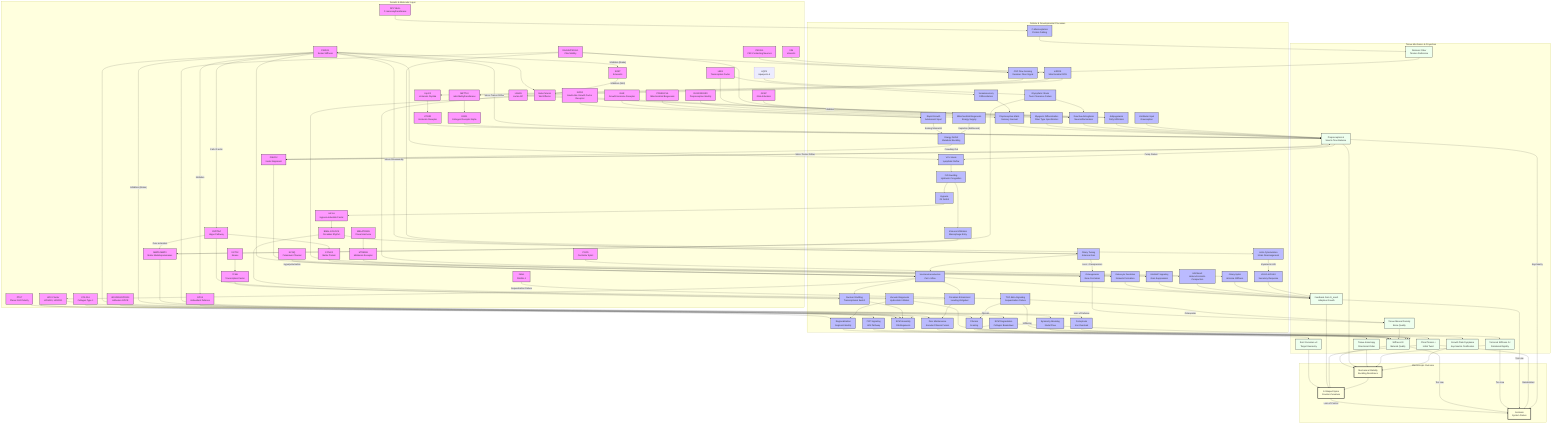
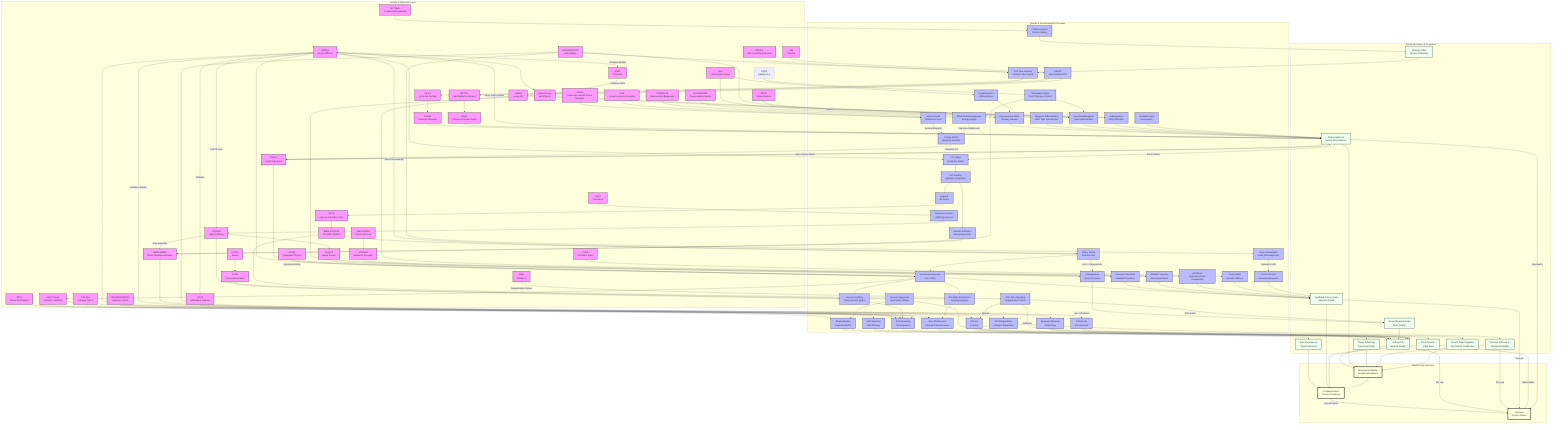
graph TD
    %% Subgraphs for Organization
    subgraph Genetics [Genetic & Molecular Layer]
        HOX[HOX Cluster<br/>HOXA10, HOXD11]
        COL[COL2A1<br/>Collagen Type II]
        PIEZO1[PIEZO1<br/>Scalar Stiffness]
        PIEZO2[PIEZO2<br/>Vector Alignment]
        CILIA[DNAH5/PKD1L1<br/>Cilia Motility]
        LBX1[LBX1<br/>Transcription Factor]
        ADGRG6[ADGRG6/GPR126<br/>Adhesion GPCR]
        PTK7[PTK7<br/>Planar Cell Polarity]
        YAP[YAP/TAZ<br/>Hippo Pathway]
        PKD2L1[PKD2L1<br/>CSF-Contacting Neurons]
        MMP[MMP1/MMP3<br/>Matrix Metalloproteinases]
        URP[Urp1/2<br/>Urotensin Peptide]
        UTS2R[UTS2R<br/>Urotensin Receptor]
        GFAP[GFAP<br/>Glial Activation]
        VIM[VIM<br/>Vimentin]
        LAMIN[LAMIN<br/>Lamin A/C]
        BMAL1[BMAL1/CLOCK<br/>Circadian Rhythm]
        RUNX3[RUNX3/EGR3<br/>Proprioceptive Identity]
        METTL3[METTL3<br/>m6A Methyltransferase]
        ESR1[ESR1<br/>Estrogen Receptor Alpha]
        AQP4[AQP4<br/>Aquaporin-4]
        MELATONIN[MELATONIN<br/>Pineal Hormone]
        MT2[MTNR1B<br/>Melatonin Receptor]
        HIF1A[HIF1A<br/>Hypoxia Inducible Factor]
        POC5[POC5<br/>Centriolar Splint]
        DSTYK[DSTYK<br/>Kinase]
        TFEB[TFEB<br/>Transcription Factor]
        Beta_Catenin[Beta-Catenin<br/>Wnt Effector]
        DPY19L1L[DPY19L1L<br/>C-mannosyltransferase]
        IGF1R[IGF1R<br/>Insulin-like Growth Factor Receptor]
        GHR[GHR<br/>Growth Hormone Receptor]
        SOST[SOST<br/>Sclerostin]
        FBN1[FBN1<br/>Fibrillin-1]
        CCN[CCN1/2<br/>Matrix Protein]
        PPARGC1A[PPARGC1A<br/>Mitochondrial Biogenesis]
        KCNQ[KCNQ<br/>Potassium Channel]
        GPX4[GPX4<br/>Antioxidant Defense]
+         CAV1[CAV1<br/>Caveolin-1]
    end

    subgraph Processes [Cellular & Developmental Processes]
        Astrogliosis[Reactive Astrogliosis<br/>Neuroinflammation]
        Region[Regionalization<br/>Segment Identity]
        ECM_Assembly[ECM Assembly<br/>Fibrillogenesis]
        Nucl_Shuttle[Nuclear Shuttling<br/>Transcriptional Switch]
        Mech_Trans[Mechanotransduction<br/>Ca2+ Influx]
        Sym_Break[Symmetry Breaking<br/>Nodal Flow]
        CSF_Sensing[CSF Flow Sensing<br/>Reissner Fiber Signal]
        Neur_Diff[Somatosensory<br/>Differentiation]
        Muscle_Diff[Myogenic Differentiation<br/>Fiber Type Specification]
        Disc_Maint[Disc Maintenance<br/>Annulus Fibrosis Fusion]
        PCP_Sig[PCP Signaling<br/>Wnt Pathway]
        Degradation[ECM Degradation<br/>Collagen Breakdown]
        mtROS[mtROS<br/>Mitochondrial ROS]
        Adipogenesis[Adipogenesis<br/>Fatty Infiltration]
        Hydraulic_Congestion[IVD Swelling<br/>Hydraulic Congestion]
        Immune_Infilt[Immune Infiltration<br/>Macrophage Entry]
        Circadian_Entrain[Circadian Entrainment<br/>Loading Zeitgeber]
        Proprio_Maint[Proprioceptive Maint.<br/>Sensory Survival]
        H3K9me3[H3K9me3<br/>Heterochromatin Compaction]
        VCL_Stasis[VCL Stasis<br/>Lymphatic Reflux]
        Glymphatic_Stasis[Glymphatic Stasis<br/>Toxic Clearance Failure]
        Vestibular_Input[Vestibular Input<br/>Graviception]
        Gi_cAMP[Gi/cAMP Signaling<br/>Gain Suppression]
        Ciliary_Tuning[Ciliary Tuning<br/>Antenna Gain]
        Hypoxia[Hypoxia<br/>O2 Deficit]
        Osteogenesis[Osteogenesis<br/>Bone Formation]
        Ciliary_Splint[Ciliary Splint<br/>Antenna Stiffness]
        Vacuole_Biogenesis[Vacuole Biogenesis<br/>Hydrostatic Inflation]
        C_Mannosylation[C-Mannosylation<br/>Protein Folding]
        Rapid_Growth[Rapid Growth<br/>Adolescent Spurt]
        Energy_Deficit[Energy Deficit<br/>Metabolic Buckling]
        mtBiogenesis[Mitochondrial Biogenesis<br/>Energy Supply]
        Fibrosis[Fibrosis<br/>Scarring]
        TGFB[TGF-Beta Signaling<br/>Sequestration Failure]
        Osteocyte_Dendrite[Osteocyte Dendrites<br/>Network Formation]
        Actin_Dynamics[Actin Cytoskeleton<br/>Strain Rearrangement]
        VEGF_A[VEGF-A/PGE2<br/>Secretory Response]
        Ferroptosis[Ferroptosis<br/>Iron Overload]
+         Membrane_Tension[Membrane Tension<br/>Buffering Reserve]
    end

    subgraph Tissue [Tissue Mechanics & Properties]
        Rest_Kappa[Rest Curvature κ0<br/>Target Geometry]
        Stiffness[Stiffness EI<br/>Material Quality]
        Torsional_Stiffness[Torsional Stiffness GJ<br/>Rotational Rigidity]
        Gain[Feedback Gain G_mech<br/>Adaptive Growth]
        Torsion[Chiral Torsion ε<br/>Initial Twist]
        Muscle_Tone[Proprioception &<br/>Muscle Tone Balance]
        Anisotropy[Tissue Anisotropy<br/>Directional Order]
        TMD[Tissue Mineral Density<br/>Bone Quality]
        Reissner_Fiber[Reissner Fiber<br/>Tension Reference]
        Growth_Plate_Dysplasia[Growth Plate Dysplasia<br/>Asymmetric Ossification]
    end

    subgraph Outcome [Macroscopic Outcome]
        S_Curve[S-Shaped Spine<br/>Counter-Curvature]
        Stability[Mechanical Stability<br/>Buckling Resistance]
        Scoliosis[Scoliosis<br/>System Failure]
    end

    %% Connections
    HOX --> Region
    Region --> Rest_Kappa
    Rest_Kappa --> S_Curve

    COL --> ECM_Assembly
    ECM_Assembly --> Stiffness
    Stiffness --> Stability

    PIEZO1 --> Mech_Trans
    PIEZO2 --> Mech_Trans
    Mech_Trans --> Gain
    Gain --> S_Curve

    %% NEW ARC: Piezo Duality (Vector-Scalar Mismatch)
    PIEZO1 --> ECM_Assembly
    PIEZO2 --> Muscle_Tone

    CILIA --> Sym_Break
    Sym_Break --> Torsion
    Torsion --> S_Curve

    LBX1 --> Neur_Diff
    LBX1 --> Muscle_Diff
    Neur_Diff --> Proprio_Maint
    Proprio_Maint --> Muscle_Tone
    Muscle_Diff --> Muscle_Tone
    Muscle_Tone --> Stability

    %% NEW ARC: Proprioceptive Maintenance
    RUNX3 --> Proprio_Maint

    %% NEW ARC: ADGRG6
    ADGRG6 --> Disc_Maint
    Disc_Maint --> Stiffness

    %% NEW ARC: PTK7
    PTK7 --> PCP_Sig
    PCP_Sig --> Anisotropy
    Anisotropy --> Stability

    %% NEW ARC: YAP/TAZ
    YAP --> Nucl_Shuttle
    Nucl_Shuttle --> ECM_Assembly
    Mech_Trans --> Nucl_Shuttle

    %% NEW ARC: Osteocyte Dendrite Cost Mechanism (Hu et al. 2025)
    YAP --> CCN
    CCN --> Osteocyte_Dendrite
    Osteocyte_Dendrite --> Gain

    %% NEW ARC: CSF/Reissner Fiber
    CILIA --> CSF_Sensing
    PKD2L1 --> CSF_Sensing
    CSF_Sensing --> URP
    URP --> UTS2R
    UTS2R --> Muscle_Tone

    %% NEW ARC: MMP Degradation
    MMP --> Degradation
    Degradation --> Stiffness

    %% NEW ARC: Neuro-Inflammatory Pathway
    CILIA --> Astrogliosis
    GFAP --> Astrogliosis
    Astrogliosis --> Muscle_Tone

    %% NEW ARC: Vimentin Metabolic Switch
    VIM --> mtROS
    mtROS --> LAMIN
    LAMIN --> Adipogenesis
    Adipogenesis --> Muscle_Tone

    %% NEW ARC: Inflamed Torsion
    Hydraulic_Congestion --> Immune_Infilt
    Immune_Infilt --> MMP
    Degradation --> Torsional_Stiffness
    Torsional_Stiffness --> Stability

    %% NEW ARC: Glymphatic Stasis
    AQP4 --> Glymphatic_Stasis
    Glymphatic_Stasis --> Astrogliosis

    %% NEW ARC: Glymphatic-MMP Axis (Chen et al., 2025)
    Glymphatic_Stasis --> MMP

    %% NEW ARC: Melatonin Gain Control
    MELATONIN --> MT2
    MT2 --> Gi_cAMP
    Gi_cAMP --> Gain

    %% NEW ARC: Vestibular Asymmetry
    Vestibular_Input --> Muscle_Tone

    %% Cross-Talk and Failures
    Stability --> S_Curve
    S_Curve -- "Loss of Control" --> Scoliosis
    Stiffness -- "Too Low" --> Scoliosis
    Torsional_Stiffness -- "Too Low" --> Scoliosis
    Gain -- "Too Low" --> Scoliosis
    Torsion -- "Randomized" --> Scoliosis
    Muscle_Tone -- "Asymmetry" --> Scoliosis

    %% Styling
    classDef gene fill:#f9f,stroke:#333,stroke-width:2px;
    classDef process fill:#bbf,stroke:#333,stroke-width:2px;
    classDef tissue fill:#efe,stroke:#333,stroke-width:2px;
    classDef outcome fill:#ffd,stroke:#333,stroke-width:4px;

    %% NEW ARC: Spinal Jetlag
    BMAL1 --> Circadian_Entrain
    Mech_Trans --> Circadian_Entrain
    Circadian_Entrain --> Disc_Maint

    %% NEW ARC: Tunable Antenna (Miyoshi et al., 2024)
    BMAL1 --> Ciliary_Tuning
    Ciliary_Tuning --> Mech_Trans

    %% NEW ARC: Epigenetic Asymmetry
    mtROS --> METTL3
    METTL3 --> ESR1
    ESR1 --> Muscle_Tone

    %% NEW ARC: Nuclear Stiffness (Scalar Senescence)
    LAMIN --> H3K9me3
    H3K9me3 --> Gain

    %% NEW ARC: Lymphatic Drainage Pathway (VCL)
    Muscle_Tone -- "Pump Failure" --> VCL_Stasis
    VCL_Stasis --> Hydraulic_Congestion

    %% NEW ARC: Hypoxic Clock Block (HIF1A)
    Hydraulic_Congestion --> Hypoxia
    Hypoxia --> HIF1A
    HIF1A --> BMAL1

    %% NEW ARC: Tension-Dependent Identity (HOX)
    Mech_Trans --> HOX
    HOX --> ECM_Assembly

    %% NEW ARC: Bone Mineralization (Ramli et al., 2024)
    %% PIEZO1 --> Osteogenesis (Replaced by BMSC Switch below)
    Osteogenesis --> TMD
    TMD --> Stiffness

    %% NEW ARC: BMSC Fate Switch (Li et al., 2023)
    PIEZO1 --> Beta_Catenin
    Beta_Catenin --> Osteogenesis
    Beta_Catenin -- "Inhibition" --> Adipogenesis

    %% NEW ARC: Centriolar Splint (POC5)
    POC5 --> Ciliary_Splint
    Ciliary_Splint --> Gain

    %% NEW ARC: Hydrostatic Skeleton (DSTYK/TFEB)
    DSTYK --> TFEB
    TFEB --> Vacuole_Biogenesis
    Vacuole_Biogenesis --> Stiffness
    Vacuole_Biogenesis --> Region

    %% NEW ARC: Piezo-Cilia Stress Lock (Chen et al., 2025)
    PIEZO1 -- "Stress Disassembly" --> Ciliary_Tuning
    Ciliary_Tuning -- "Loss = Derepression" --> Osteogenesis

    %% NEW ARC: Sweet String Pathway (DPY19L1L)
    DPY19L1L --> C_Mannosylation
    C_Mannosylation --> Reissner_Fiber
    Reissner_Fiber --> CSF_Sensing

    %% NEW ARC: Metabolic Buckling Pathway
    IGF1R --> Rapid_Growth
    GHR --> Rapid_Growth
    Rapid_Growth -- "Scaling Mismatch" --> Energy_Deficit
    Energy_Deficit -- "Crowding Out" --> PIEZO2
    PPARGC1A --> mtBiogenesis
    mtBiogenesis -- "Depletion (Bottleneck)" --> Energy_Deficit

    %% NEW ARC: Piezo-Lymphatic Baroreflex
    PIEZO1 --> VCL_Stasis

    %% NEW ARC: Piezo-Fibrosis Brake (Rashidi et al., 2025)
    PIEZO1 -- "Inhibition (Brake)" --> Fibrosis
    Fibrosis --> Stiffness

    %% NEW ARC: Sclerostin Brake (Vasiliadis 2021)
    PIEZO1 -- "Inhibition (Brake)" --> SOST
    SOST -- "Inhibition (Wnt)" --> Beta_Catenin

    %% NEW ARC: PIEZO1-YAP Disc Degeneration Axis (Peng et al., 2025)
    PIEZO1 -- "Ca2+/F-actin" --> YAP
    YAP -- "Over-activation" --> MMP

    %% NEW ARC: Fibrillin-TGFB Tether (Marfanoid Mechanism)
    FBN1 -- "Sequestration Failure" --> TGFB
    TGFB -- "Osteopenia" --> TMD
    TGFB -- "Fibrosis" --> Fibrosis
    TGFB -- "Stiffening" --> Stiffness

    %% NEW ARC: Osteoblast Mechanotransduction Defect (Oliazadeh et al., 2022)
    CILIA --> Actin_Dynamics
    Actin_Dynamics -- "Impaired in AIS" --> VEGF_A
    VEGF_A --> Gain

    %% NEW ARC: Voltage Gain (Sánchez-Carranza et al., 2024)
    KCNQ -- "Hyperpolarization" --> Mech_Trans

    %% NEW ARC: PIEZO1-GPX4 Ferroptosis Axis (Chen et al., 2025)
    PIEZO1 -- "Inhibition" --> GPX4
    GPX4 -- "Loss of Defense" --> Ferroptosis
    Ferroptosis --> Growth_Plate_Dysplasia
    Growth_Plate_Dysplasia --> Stability

    %% NEW ARC: Stochastic Resonance Mechanosensing
    Muscle_Tone -- "Micro-Tremor Dither" --> PIEZO1
    Muscle_Tone -- "Micro-Tremor Dither" --> PIEZO2

-     class HOX,COL,PIEZO1,PIEZO2,CILIA,LBX1,ADGRG6,PTK7,YAP,PKD2L1,MMP,URP,UTS2R,GFAP,VIM,LAMIN,BMAL1,RUNX3,METTL3,ESR1,MELATONIN,MT2,HIF1A,POC5,DSTYK,TFEB,Beta_Catenin,DPY19L1L,IGF1R,GHR,SOST,FBN1,CCN,PPARGC1A,KCNQ,GPX4 gene;
-     class Region,ECM_Assembly,Mech_Trans,Sym_Break,Neur_Diff,Muscle_Diff,Disc_Maint,PCP_Sig,Nucl_Shuttle,CSF_Sensing,Degradation,Astrogliosis,mtROS,Adipogenesis,Hydraulic_Congestion,Immune_Infilt,Circadian_Entrain,Proprio_Maint,H3K9me3,VCL_Stasis,Glymphatic_Stasis,Vestibular_Input,Gi_cAMP,Ciliary_Tuning,Hypoxia,Osteogenesis,Ciliary_Splint,Vacuole_Biogenesis,C_Mannosylation,Rapid_Growth,Energy_Deficit,mtBiogenesis,Fibrosis,TGFB,Osteocyte_Dendrite,Actin_Dynamics,VEGF_A,Ferroptosis process;
+ 
+     %% NEW ARC: Caveolin Gain Control (Moreno-Vicente et al. 2018)
+     CAV1 --> Membrane_Tension
+     Membrane_Tension --> YAP
+ 
+     class HOX,COL,PIEZO1,PIEZO2,CILIA,LBX1,ADGRG6,PTK7,YAP,PKD2L1,MMP,URP,UTS2R,GFAP,VIM,LAMIN,BMAL1,RUNX3,METTL3,ESR1,MELATONIN,MT2,HIF1A,POC5,DSTYK,TFEB,Beta_Catenin,DPY19L1L,IGF1R,GHR,SOST,FBN1,CCN,PPARGC1A,KCNQ,GPX4,CAV1 gene;
+     class Region,ECM_Assembly,Mech_Trans,Sym_Break,Neur_Diff,Muscle_Diff,Disc_Maint,PCP_Sig,Nucl_Shuttle,CSF_Sensing,Degradation,Astrogliosis,mtROS,Adipogenesis,Hydraulic_Congestion,Immune_Infilt,Circadian_Entrain,Proprio_Maint,H3K9me3,VCL_Stasis,Glymphatic_Stasis,Vestibular_Input,Gi_cAMP,Ciliary_Tuning,Hypoxia,Osteogenesis,Ciliary_Splint,Vacuole_Biogenesis,C_Mannosylation,Rapid_Growth,Energy_Deficit,mtBiogenesis,Fibrosis,TGFB,Osteocyte_Dendrite,Actin_Dynamics,VEGF_A,Ferroptosis,Membrane_Tension process;
    class Rest_Kappa,Stiffness,Torsional_Stiffness,Gain,Torsion,Muscle_Tone,Anisotropy,TMD,Reissner_Fiber,Growth_Plate_Dysplasia tissue;
    class S_Curve,Stability,Scoliosis outcome;
